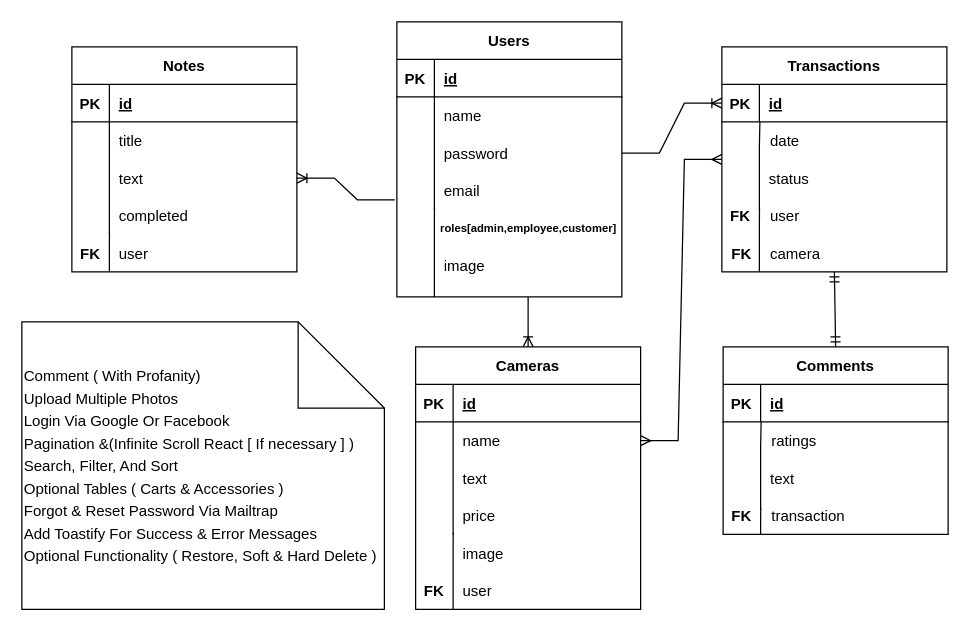
Before: backend/erd/Camera-Rental-ERD-V1.drawio in GabTheGreat25/3rd-Yr-2ndSem-FinalProject-MERN, a draw.io diagram. Source tidied: cells renumbered, new cells numbered last; positions are measured from the earlier drawing's top-left corner, leaving out a move shared by most shapes. Both pictures are drawn from the tidied source at 125%, with x=0, y=0 at pixel (21, 21).
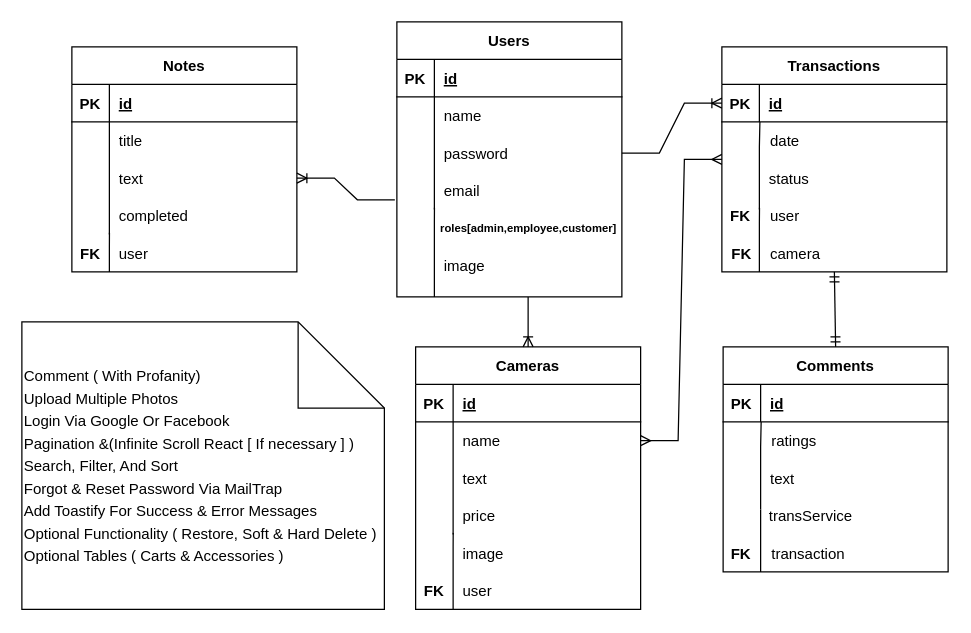
The same diagram, later.

Change to the diagram source:
```diff
@@
     <mxCell id="67" value="Comments" style="shape=table;startSize=30;childLayout=tableLayout;rowLines=0;fontStyle=1;align=center;" parent="1" vertex="1">
-      <mxGeometry x="561" y="260" width="180" height="150" as="geometry" />
+      <mxGeometry x="561" y="260" width="180" height="180" as="geometry" />
     </mxCell>
@@
-    <mxCell id="74" style="endArrow=none;html=1;rounded=0;exitX=0.167;exitY=0.96;exitDx=0;exitDy=0;exitPerimeter=0;" parent="1" edge="1">
+    <mxCell id="74" style="endArrow=none;html=1;rounded=0;" parent="1" edge="1">
       <mxGeometry relative="1" as="geometry">
-        <mxPoint x="591.1" y="388.8" as="sourcePoint" />
-        <mxPoint x="591" y="410" as="targetPoint" />
+        <mxPoint x="591" y="390" as="sourcePoint" />
+        <mxPoint x="591" y="440" as="targetPoint" />
         <Array as="points">
           <mxPoint x="591" y="400" />
         </Array>
       </mxGeometry>
     </mxCell>
     <mxCell id="75" value="transaction" style="shape=partialRectangle;fillColor=none;top=0;left=0;bottom=0;right=0;align=left;spacingLeft=6;fontStyle=0;overflow=hidden;" parent="1" vertex="1">
-      <mxGeometry x="592" y="380" width="150" height="30" as="geometry" />
+      <mxGeometry x="592" y="410" width="150" height="30" as="geometry" />
     </mxCell>
     <mxCell id="76" value="FK" style="shape=partialRectangle;fillColor=none;top=0;left=0;bottom=0;right=0;fontStyle=1;overflow=hidden;" parent="1" vertex="1">
-      <mxGeometry x="561" y="380" width="30" height="30" as="geometry" />
+      <mxGeometry x="561" y="410" width="29" height="30" as="geometry" />
     </mxCell>
@@
-    <mxCell id="78" value="&lt;div style=&quot;text-align: justify; line-height: 150%;&quot;&gt;&lt;span style=&quot;background-color: initial;&quot;&gt;&lt;font style=&quot;font-size: 12px;&quot;&gt;Comment ( With Profanity)&lt;/font&gt;&lt;/span&gt;&lt;/div&gt;&lt;div style=&quot;text-align: justify; line-height: 150%;&quot;&gt;&lt;span style=&quot;background-color: initial;&quot;&gt;&lt;font style=&quot;font-size: 12px;&quot;&gt;Upload Multiple Photos&lt;/font&gt;&lt;/span&gt;&lt;/div&gt;&lt;font style=&quot;font-size: 12px;&quot;&gt;&lt;span style=&quot;background-color: initial;&quot;&gt;&lt;div style=&quot;text-align: justify; line-height: 150%;&quot;&gt;&lt;span style=&quot;background-color: initial;&quot;&gt;Login Via Google Or Facebook&lt;/span&gt;&lt;/div&gt;&lt;/span&gt;&lt;span style=&quot;background-color: initial;&quot;&gt;&lt;div style=&quot;text-align: justify; line-height: 150%;&quot;&gt;&lt;span style=&quot;background-color: initial;&quot;&gt;Pagination &amp;amp;(Infinite Scroll React [ If necessary ] )&lt;/span&gt;&lt;/div&gt;&lt;/span&gt;&lt;span style=&quot;background-color: initial;&quot;&gt;&lt;div style=&quot;text-align: justify; line-height: 150%;&quot;&gt;&lt;span style=&quot;background-color: initial;&quot;&gt;Search, Filter, And Sort&lt;/span&gt;&lt;/div&gt;&lt;/span&gt;&lt;span style=&quot;background-color: initial;&quot;&gt;&lt;div style=&quot;text-align: justify; line-height: 150%;&quot;&gt;&lt;span style=&quot;background-color: initial;&quot;&gt;Optional Tables ( Carts &amp;amp; Accessories )&lt;/span&gt;&lt;/div&gt;&lt;/span&gt;&lt;span style=&quot;background-color: initial;&quot;&gt;&lt;div style=&quot;text-align: justify; line-height: 150%;&quot;&gt;&lt;span style=&quot;background-color: initial;&quot;&gt;Forgot &amp;amp; Reset Password Via Mailtrap&lt;/span&gt;&lt;/div&gt;&lt;/span&gt;&lt;span style=&quot;background-color: initial;&quot;&gt;&lt;div style=&quot;text-align: justify; line-height: 150%;&quot;&gt;&lt;span style=&quot;background-color: initial;&quot;&gt;Add Toastify For Success &amp;amp; Error Messages&lt;/span&gt;&lt;/div&gt;&lt;/span&gt;&lt;span style=&quot;background-color: initial;&quot;&gt;&lt;div style=&quot;text-align: justify; line-height: 150%;&quot;&gt;&lt;span style=&quot;background-color: initial;&quot;&gt;Optional Functionality ( Restore, Soft &amp;amp; Hard Delete )&lt;/span&gt;&lt;/div&gt;&lt;/span&gt;&lt;/font&gt;" style="shape=note;size=69;whiteSpace=wrap;html=1;align=left;" parent="1" vertex="1">
+    <mxCell id="78" value="&lt;div style=&quot;text-align: justify; line-height: 150%;&quot;&gt;&lt;span style=&quot;background-color: initial;&quot;&gt;&lt;font style=&quot;font-size: 12px;&quot;&gt;Comment ( With Profanity)&lt;/font&gt;&lt;/span&gt;&lt;/div&gt;&lt;div style=&quot;text-align: justify; line-height: 150%;&quot;&gt;&lt;span style=&quot;background-color: initial;&quot;&gt;&lt;font style=&quot;font-size: 12px;&quot;&gt;Upload Multiple Photos&lt;/font&gt;&lt;/span&gt;&lt;/div&gt;&lt;font style=&quot;font-size: 12px;&quot;&gt;&lt;span style=&quot;background-color: initial;&quot;&gt;&lt;div style=&quot;text-align: justify; line-height: 150%;&quot;&gt;&lt;span style=&quot;background-color: initial;&quot;&gt;Login Via Google Or Facebook&lt;/span&gt;&lt;/div&gt;&lt;/span&gt;&lt;span style=&quot;background-color: initial;&quot;&gt;&lt;div style=&quot;text-align: justify; line-height: 150%;&quot;&gt;&lt;span style=&quot;background-color: initial;&quot;&gt;Pagination &amp;amp;(Infinite Scroll React [ If necessary ] )&lt;/span&gt;&lt;/div&gt;&lt;/span&gt;&lt;span style=&quot;background-color: initial;&quot;&gt;&lt;div style=&quot;text-align: justify; line-height: 150%;&quot;&gt;&lt;span style=&quot;background-color: initial;&quot;&gt;Search, Filter, And Sort&lt;/span&gt;&lt;/div&gt;&lt;/span&gt;&lt;span style=&quot;background-color: initial;&quot;&gt;&lt;div style=&quot;text-align: justify; line-height: 150%;&quot;&gt;&lt;span style=&quot;background-color: initial;&quot;&gt;Forgot &amp;amp; Reset Password Via MailTrap&lt;/span&gt;&lt;br&gt;&lt;/div&gt;&lt;/span&gt;&lt;span style=&quot;background-color: initial;&quot;&gt;&lt;div style=&quot;text-align: justify; line-height: 150%;&quot;&gt;&lt;span style=&quot;background-color: initial;&quot;&gt;Add Toastify For Success &amp;amp; Error Messages&lt;/span&gt;&lt;/div&gt;&lt;/span&gt;&lt;span style=&quot;background-color: initial;&quot;&gt;&lt;div style=&quot;text-align: justify; line-height: 150%;&quot;&gt;&lt;span style=&quot;background-color: initial;&quot;&gt;Optional Functionality ( Restore, Soft &amp;amp; Hard Delete )&lt;/span&gt;&lt;/div&gt;&lt;div style=&quot;text-align: justify; line-height: 150%;&quot;&gt;&lt;div style=&quot;border-color: var(--border-color); text-align: justify; line-height: 18px;&quot;&gt;&lt;div&gt;&lt;/div&gt;&lt;span style=&quot;border-color: var(--border-color); background-color: initial;&quot;&gt;Optional Tables ( Carts &amp;amp; Accessories )&lt;/span&gt;&lt;/div&gt;&lt;span style=&quot;border-color: var(--border-color); text-align: left; background-color: initial;&quot;&gt;&lt;/span&gt;&lt;span style=&quot;border-color: var(--border-color); text-align: left; background-color: initial;&quot;&gt;&lt;/span&gt;&lt;/div&gt;&lt;/span&gt;&lt;/font&gt;" style="shape=note;size=69;whiteSpace=wrap;html=1;align=left;" parent="1" vertex="1">
       <mxGeometry y="240" width="290" height="230" as="geometry" />
     </mxCell>
+    <mxCell id="79" value="transService" style="shape=partialRectangle;fillColor=none;top=0;left=0;bottom=0;right=0;align=left;spacingLeft=6;fontStyle=0;overflow=hidden;" parent="1" vertex="1">
+      <mxGeometry x="590" y="380" width="150" height="30" as="geometry" />
+    </mxCell>
```
